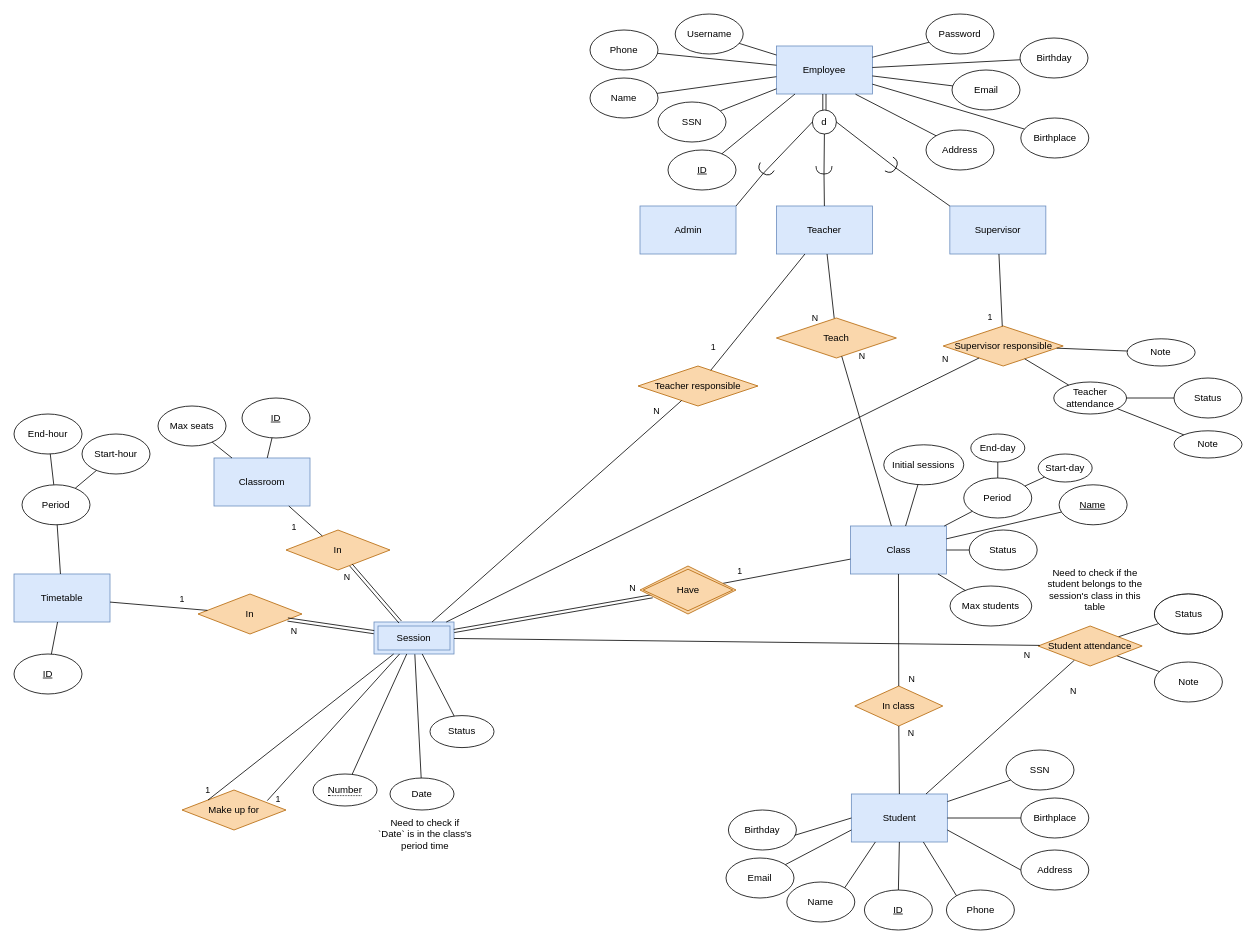
Earlier version of the draw.io diagram ERD.drawio (astr0tas/New-And-Improved-English-Center-Attendance-Check). Source tidied: cells renumbered, new cells numbered last; positions are measured from the earlier drawing's top-left corner, leaving out a move shared by most shapes. Both pictures are drawn from the tidied source at 80%, with x=0, y=0 at pixel (14, 14).
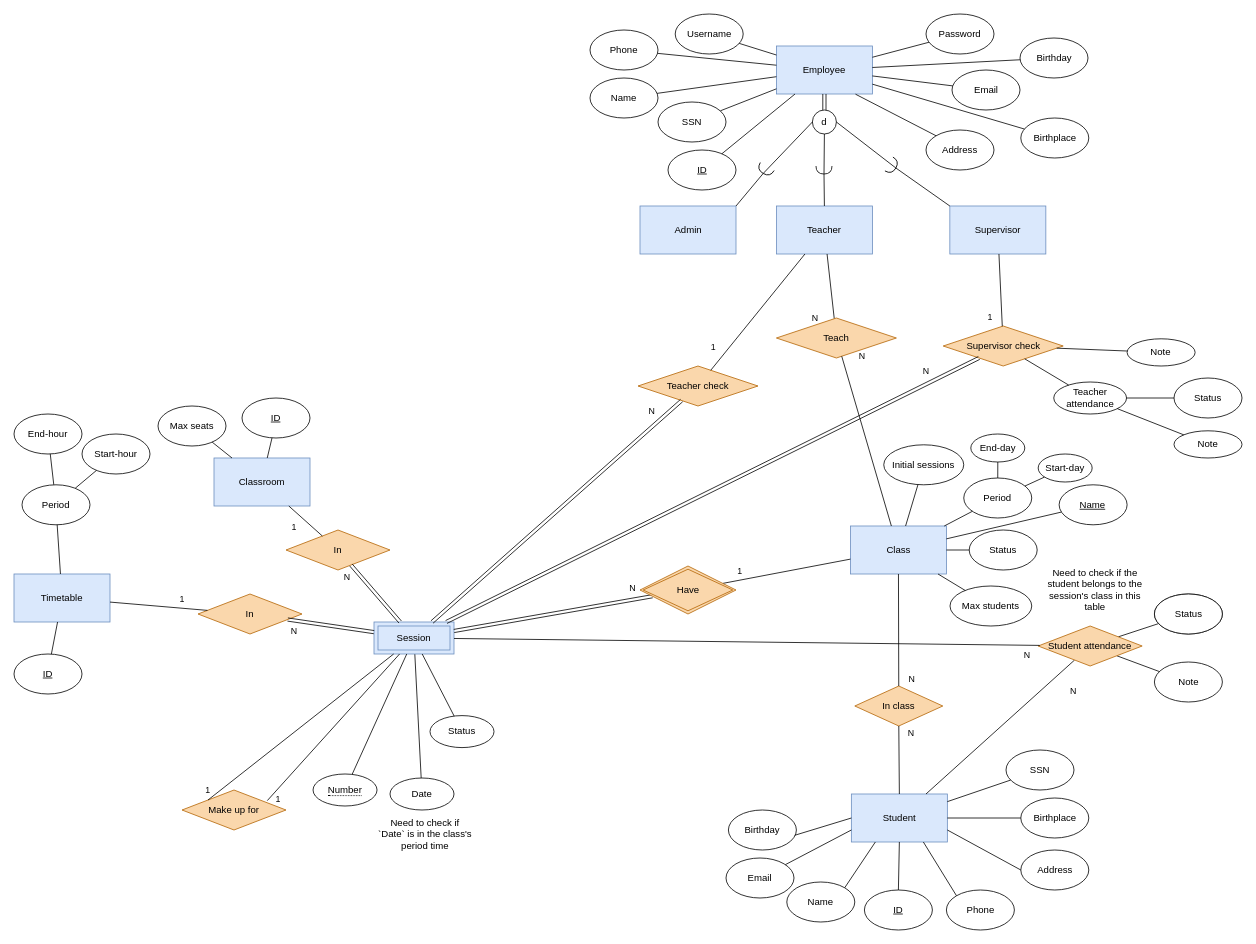
Above is the later version.

Unchanged cells that the change refers to:
```xml
<mxCell id="69" value="Session" style="shape=ext;margin=3;double=1;whiteSpace=wrap;html=1;align=center;fillColor=#DAE8FC;strokeColor=#6C8EBF;" parent="1" vertex="1">
  <mxGeometry x="450" y="760" width="100" height="40" as="geometry" />
</mxCell>
```

Diff of the diagram source:
```diff
@@
-    <mxCell id="31" value="Teacher responsible" style="rhombus;whiteSpace=wrap;html=1;fillColor=#fad7ac;strokeColor=#b46504;" parent="1" vertex="1">
+    <mxCell id="31" value="Teacher check" style="rhombus;whiteSpace=wrap;html=1;fillColor=#fad7ac;strokeColor=#b46504;" parent="1" vertex="1">
       <mxGeometry x="780" y="440" width="150" height="50" as="geometry" />
     </mxCell>
@@
-    <mxCell id="106" value="Supervisor responsible" style="rhombus;whiteSpace=wrap;html=1;fillColor=#fad7ac;strokeColor=#b46504;" parent="1" vertex="1">
+    <mxCell id="106" value="Supervisor check" style="rhombus;whiteSpace=wrap;html=1;fillColor=#fad7ac;strokeColor=#b46504;" parent="1" vertex="1">
       <mxGeometry x="1161.5" y="390" width="150" height="50" as="geometry" />
     </mxCell>
@@
-    <mxCell id="116" style="endArrow=none;html=1;rounded=0;" parent="1" edge="1" source="69" target="31">
-      <mxGeometry relative="1" as="geometry" />
-    </mxCell>
-    <mxCell id="117" value="N" style="edgeLabel;html=1;align=center;verticalAlign=middle;" parent="116" vertex="1">
-      <mxGeometry x="0.25" y="-3" relative="1" as="geometry">
-        <mxPoint x="83" y="-94" as="offset" />
-      </mxGeometry>
-    </mxCell>
-    <mxCell id="118" style="endArrow=none;html=1;rounded=0;" parent="1" edge="1" source="69" target="106">
-      <mxGeometry relative="1" as="geometry" />
-    </mxCell>
-    <mxCell id="119" value="N" style="edgeLabel;html=1;align=center;verticalAlign=middle;" parent="118" vertex="1">
-      <mxGeometry x="0.25" y="-3" relative="1" as="geometry">
-        <mxPoint x="205" y="-125" as="offset" />
-      </mxGeometry>
-    </mxCell>
@@
+    <mxCell id="116" value="N" style="endArrow=none;html=1;rounded=0;shape=link;" parent="1" edge="1" source="69" target="31">
+      <mxGeometry x="0.82" y="14" relative="1" as="geometry" />
+    </mxCell>
+    <mxCell id="118" value="N" style="endArrow=none;html=1;rounded=0;shape=link;" parent="1" edge="1" source="69" target="106">
+      <mxGeometry x="0.82" y="14" relative="1" as="geometry" />
+    </mxCell>
```
